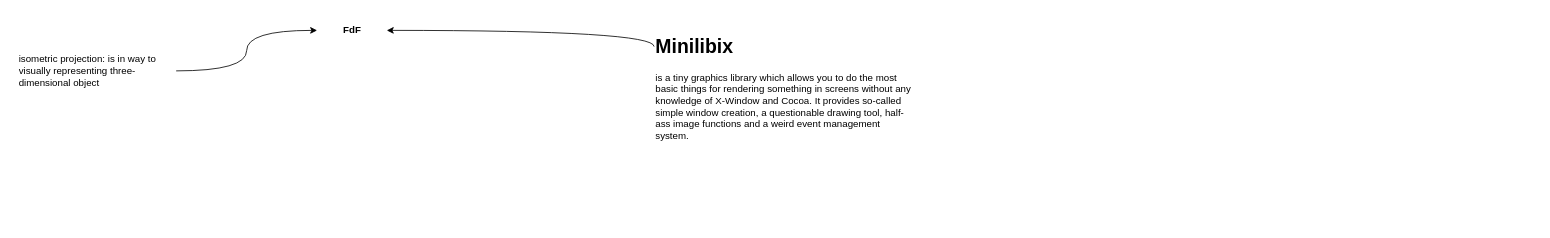
This is graph.drawio from raynlamlaika/Fdf, a draw.io file, before an edit. Source tidied: cells renumbered, new cells numbered last; positions are measured from the earlier drawing's top-left corner, leaving out a move shared by most shapes. Both pictures are drawn from the tidied source at 81%, with x=0, y=0 at pixel (14, 14).
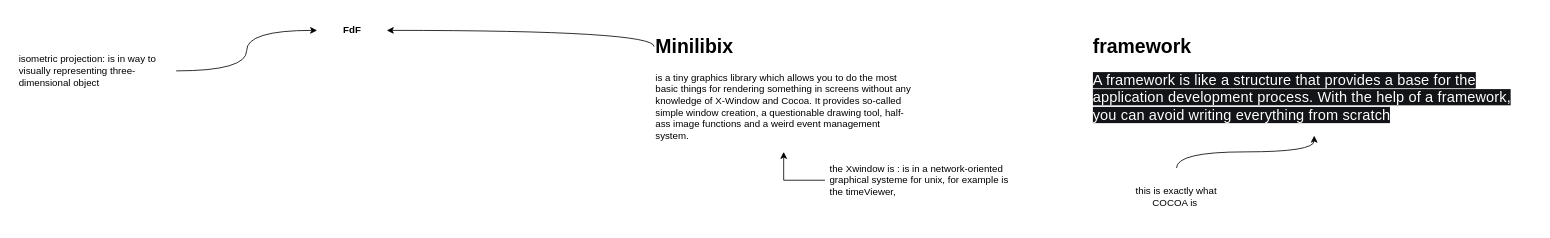
The same diagram, later.

Change to the diagram source:
```diff
@@
 <mxGraphModel>
   <root>
     <mxCell id="0" />
     <mxCell id="1" parent="0" />
     <mxCell id="2" value="FdF" style="text;align=center;fontStyle=1;verticalAlign=middle;spacingLeft=3;spacingRight=3;strokeColor=none;points=[[0,0.5],[1,0.5]];portConstraint=eastwest;html=1;" parent="1" vertex="1">
       <mxGeometry x="374" width="86" height="40" as="geometry" />
     </mxCell>
     <mxCell id="3" style="edgeStyle=orthogonalEdgeStyle;rounded=0;jettySize=auto;html=1;exitX=1;exitY=0.5;exitDx=0;exitDy=0;entryX=0;entryY=0.5;entryDx=0;entryDy=0;curved=1;" parent="1" edge="1" source="4" target="2">
       <mxGeometry relative="1" as="geometry" />
     </mxCell>
     <mxCell id="4" value="isometric projection: is in way to visually representing three-dimensional object" style="text;strokeColor=none;fillColor=none;align=left;verticalAlign=middle;spacingLeft=4;spacingRight=4;overflow=hidden;points=[[0,0.5],[1,0.5]];portConstraint=eastwest;whiteSpace=wrap;html=1;" parent="1" vertex="1">
       <mxGeometry y="40" width="200" height="60" as="geometry" />
     </mxCell>
     <mxCell id="5" style="edgeStyle=orthogonalEdgeStyle;rounded=0;jettySize=auto;html=1;exitX=0;exitY=0.133;exitDx=0;exitDy=0;curved=1;exitPerimeter=0;" parent="1" edge="1" source="6">
       <mxGeometry relative="1" as="geometry">
         <mxPoint x="460" y="20" as="targetPoint" />
         <Array as="points">
           <mxPoint x="790" y="20" />
         </Array>
       </mxGeometry>
     </mxCell>
     <mxCell id="6" value="&lt;h1 style=&quot;margin-top: 0px;&quot;&gt;Minilibix&lt;/h1&gt;&lt;div&gt;is a tiny graphics library which allows you to do the most basic things for rendering something in screens without any knowledge of X-Window and Cocoa. It provides so-called simple window creation, a questionable drawing tool, half-ass image functions and a weird event management system.&lt;br&gt;&lt;/div&gt;&lt;p&gt;&lt;br&gt;&lt;/p&gt;" style="text;html=1;whiteSpace=wrap;overflow=hidden;rounded=0;" parent="1" vertex="1">
       <mxGeometry x="790" y="20" width="320" height="150" as="geometry" />
     </mxCell>
+    <mxCell id="7" style="edgeStyle=orthogonalEdgeStyle;rounded=0;jettySize=auto;html=1;exitX=0;exitY=0.5;exitDx=0;exitDy=0;" parent="1" edge="1" source="8" target="6">
+      <mxGeometry relative="1" as="geometry" />
+    </mxCell>
+    <mxCell id="8" value="the Xwindow is : is in a network-oriented graphical systeme for unix, for example is the timeViewer," style="text;strokeColor=none;fillColor=none;align=left;verticalAlign=middle;spacingLeft=4;spacingRight=4;overflow=hidden;points=[[0,0.5],[1,0.5]];portConstraint=eastwest;whiteSpace=wrap;html=1;" parent="1" vertex="1">
+      <mxGeometry x="1001" y="170" width="240" height="70" as="geometry" />
+    </mxCell>
+    <mxCell id="9" value="&lt;h1 style=&quot;margin-top: 0px;&quot;&gt;framework&lt;/h1&gt;&lt;p&gt;&lt;span style=&quot;color: rgb(255, 255, 255); font-family: Nunito, sans-serif; font-size: 18px; letter-spacing: 0.162px; background-color: rgb(19, 20, 23);&quot;&gt;A framework is like a structure that provides a base for the application development process. With the help of a framework, you can avoid writing everything from scratch&lt;/span&gt;&lt;/p&gt;" style="text;html=1;whiteSpace=wrap;overflow=hidden;rounded=0;" parent="1" vertex="1">
+      <mxGeometry x="1330" y="20" width="550" height="130" as="geometry" />
+    </mxCell>
+    <mxCell id="10" style="edgeStyle=orthogonalEdgeStyle;rounded=0;jettySize=auto;html=1;exitX=0.5;exitY=0;exitDx=0;exitDy=0;entryX=0.5;entryY=1;entryDx=0;entryDy=0;curved=1;" parent="1" edge="1" source="11" target="9">
+      <mxGeometry relative="1" as="geometry" />
+    </mxCell>
+    <mxCell id="11" value="this is exactly what COCOA is&amp;nbsp;" style="text;html=1;align=center;verticalAlign=middle;whiteSpace=wrap;rounded=0;" parent="1" vertex="1">
+      <mxGeometry x="1380" y="190" width="110" height="70" as="geometry" />
+    </mxCell>
   </root>
 </mxGraphModel>
```
